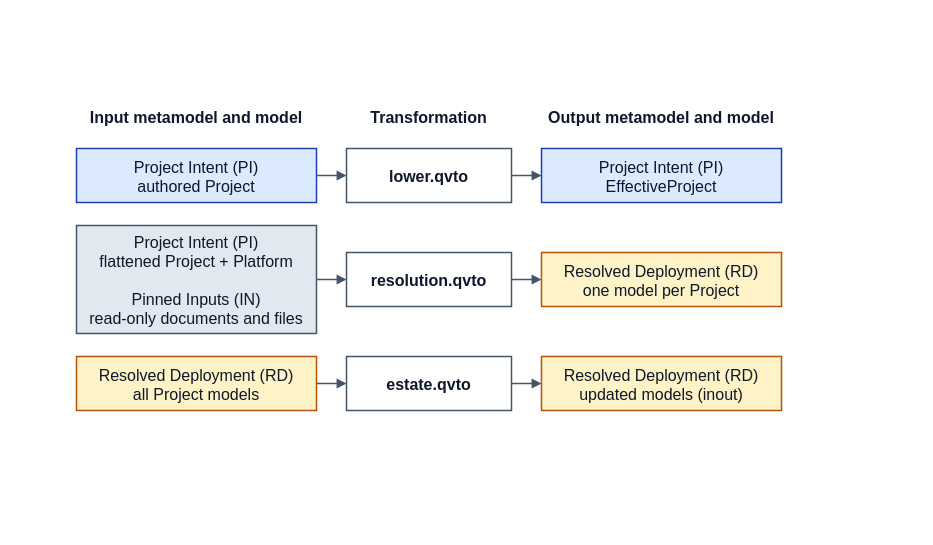
JorisJonkers-dev/deploy-kit keeps this draw.io diagram as docs/mde/task-2-transformations/Figures/pattern.drawio. Above is the earlier version. Source tidied: cells renumbered, new cells numbered last; positions are measured from the earlier drawing's top-left corner, leaving out a move shared by most shapes. Both pictures are drawn from the tidied source at 100%, with x=0, y=0 at pixel (76, 103).
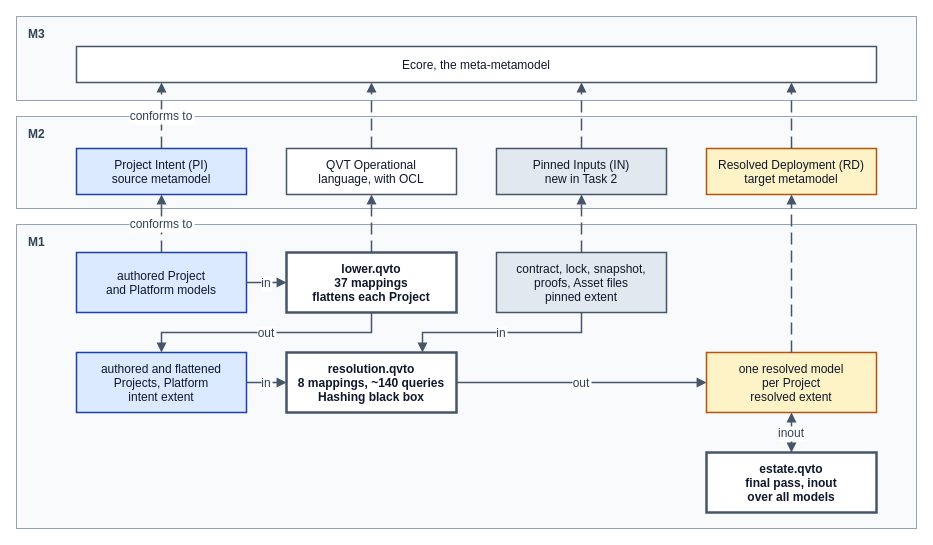
After the change.

The edit, as a diff of the source:
```diff
@@
-    <mxCell id="2" value="Input metamodel and model" style="rounded=0;whiteSpace=nowrap;html=0;align=center;verticalAlign=middle;fillColor=none;strokeColor=none;strokeWidth=1.5;fontFamily=Helvetica;fontSize=16;fontColor=#0f172a;fontStyle=1;" parent="1" vertex="1">
-      <mxGeometry width="240" height="26" as="geometry" />
-    </mxCell>
-    <mxCell id="3" value="Transformation" style="rounded=0;whiteSpace=nowrap;html=0;align=center;verticalAlign=middle;fillColor=none;strokeColor=none;strokeWidth=1.5;fontFamily=Helvetica;fontSize=16;fontColor=#0f172a;fontStyle=1;" parent="1" vertex="1">
-      <mxGeometry x="270" width="165" height="26" as="geometry" />
-    </mxCell>
-    <mxCell id="4" value="Output metamodel and model" style="rounded=0;whiteSpace=nowrap;html=0;align=center;verticalAlign=middle;fillColor=none;strokeColor=none;strokeWidth=1.5;fontFamily=Helvetica;fontSize=16;fontColor=#0f172a;fontStyle=1;" parent="1" vertex="1">
-      <mxGeometry x="465" width="240" height="26" as="geometry" />
-    </mxCell>
+    <mxCell id="20" value="M3" style="rounded=0;whiteSpace=nowrap;html=0;fillColor=#f8fafc;strokeColor=#94a3b8;strokeWidth=1;verticalAlign=top;align=left;spacingLeft=10;spacingTop=4;fontStyle=1;fontSize=12;fontFamily=Helvetica;fontColor=#334155;" parent="1" vertex="1">
+      <mxGeometry x="-60" y="-87" width="900" height="84" as="geometry" />
+    </mxCell>
+    <mxCell id="21" value="M2" style="rounded=0;whiteSpace=nowrap;html=0;fillColor=#f8fafc;strokeColor=#94a3b8;strokeWidth=1;verticalAlign=top;align=left;spacingLeft=10;spacingTop=4;fontStyle=1;fontSize=12;fontFamily=Helvetica;fontColor=#334155;" parent="1" vertex="1">
+      <mxGeometry x="-60" y="13" width="900" height="92" as="geometry" />
+    </mxCell>
+    <mxCell id="22" value="M1" style="rounded=0;whiteSpace=nowrap;html=0;fillColor=#f8fafc;strokeColor=#94a3b8;strokeWidth=1;verticalAlign=top;align=left;spacingLeft=10;spacingTop=4;fontStyle=1;fontSize=12;fontFamily=Helvetica;fontColor=#334155;" parent="1" vertex="1">
+      <mxGeometry x="-60" y="121" width="900" height="304" as="geometry" />
+    </mxCell>
+    <mxCell id="23" value="Ecore, the meta-metamodel" style="rounded=0;whiteSpace=nowrap;html=0;align=center;verticalAlign=middle;fillColor=#ffffff;strokeColor=#475569;strokeWidth=1.5;fontFamily=Helvetica;fontSize=12;fontColor=#0f172a;" parent="1" vertex="1">
+      <mxGeometry y="-57" width="800" height="36" as="geometry" />
+    </mxCell>
-    <mxCell id="5" value="Project Intent (PI)&#10;authored Project" style="rounded=0;whiteSpace=nowrap;html=0;align=center;verticalAlign=middle;fillColor=#dbeafe;strokeColor=#1e40af;strokeWidth=1.5;fontFamily=Helvetica;fontSize=16;fontColor=#0f172a;" parent="1" vertex="1">
-      <mxGeometry y="45" width="240" height="54" as="geometry" />
+    <mxCell id="5" value="Project Intent (PI)&#10;source metamodel" style="rounded=0;whiteSpace=nowrap;html=0;align=center;verticalAlign=middle;fillColor=#dbeafe;strokeColor=#1e40af;strokeWidth=1.5;fontFamily=Helvetica;fontSize=12;fontColor=#0f172a;" parent="1" vertex="1">
+      <mxGeometry y="45" width="170" height="46" as="geometry" />
     </mxCell>
-    <mxCell id="6" value="lower.qvto" style="rounded=0;whiteSpace=nowrap;html=0;align=center;verticalAlign=middle;fillColor=#ffffff;strokeColor=#475569;strokeWidth=1.5;fontFamily=Helvetica;fontSize=16;fontColor=#0f172a;fontStyle=1;" parent="1" vertex="1">
-      <mxGeometry x="270" y="45" width="165" height="54" as="geometry" />
-    </mxCell>
-    <mxCell id="7" value="Project Intent (PI)&#10;EffectiveProject" style="rounded=0;whiteSpace=nowrap;html=0;align=center;verticalAlign=middle;fillColor=#dbeafe;strokeColor=#1e40af;strokeWidth=1.5;fontFamily=Helvetica;fontSize=16;fontColor=#0f172a;" parent="1" vertex="1">
-      <mxGeometry x="465" y="45" width="240" height="54" as="geometry" />
-    </mxCell>
-    <mxCell id="8" style="edgeStyle=orthogonalEdgeStyle;rounded=0;html=0;jettySize=auto;strokeColor=#475569;strokeWidth=1.5;fontSize=16;fontFamily=Helvetica;fontColor=#334155;labelBackgroundColor=#ffffff;exitX=1;exitY=0.5;entryX=0;entryY=0.5;endArrow=block;endFill=1;" parent="1" edge="1" source="5" target="6">
-      <mxGeometry relative="1" as="geometry" />
-    </mxCell>
-    <mxCell id="9" style="edgeStyle=orthogonalEdgeStyle;rounded=0;html=0;jettySize=auto;strokeColor=#475569;strokeWidth=1.5;fontSize=16;fontFamily=Helvetica;fontColor=#334155;labelBackgroundColor=#ffffff;exitX=1;exitY=0.5;entryX=0;entryY=0.5;endArrow=block;endFill=1;" parent="1" edge="1" source="6" target="7">
-      <mxGeometry relative="1" as="geometry" />
-    </mxCell>
-    <mxCell id="10" value="Project Intent (PI)&#10;flattened Project + Platform&#10;&#10;Pinned Inputs (IN)&#10;read-only documents and files" style="rounded=0;whiteSpace=nowrap;html=0;align=center;verticalAlign=middle;fillColor=#e2e8f0;strokeColor=#475569;strokeWidth=1.5;fontFamily=Helvetica;fontSize=16;fontColor=#0f172a;" parent="1" vertex="1">
-      <mxGeometry y="122" width="240" height="108" as="geometry" />
-    </mxCell>
-    <mxCell id="11" value="resolution.qvto" style="rounded=0;whiteSpace=nowrap;html=0;align=center;verticalAlign=middle;fillColor=#ffffff;strokeColor=#475569;strokeWidth=1.5;fontFamily=Helvetica;fontSize=16;fontColor=#0f172a;fontStyle=1;" parent="1" vertex="1">
-      <mxGeometry x="270" y="149" width="165" height="54" as="geometry" />
-    </mxCell>
-    <mxCell id="12" value="Resolved Deployment (RD)&#10;one model per Project" style="rounded=0;whiteSpace=nowrap;html=0;align=center;verticalAlign=middle;fillColor=#fef3c7;strokeColor=#b45309;strokeWidth=1.5;fontFamily=Helvetica;fontSize=16;fontColor=#0f172a;" parent="1" vertex="1">
-      <mxGeometry x="465" y="149" width="240" height="54" as="geometry" />
-    </mxCell>
-    <mxCell id="13" style="edgeStyle=orthogonalEdgeStyle;rounded=0;html=0;jettySize=auto;strokeColor=#475569;strokeWidth=1.5;fontSize=16;fontFamily=Helvetica;fontColor=#334155;labelBackgroundColor=#ffffff;exitX=1;exitY=0.5;entryX=0;entryY=0.5;endArrow=block;endFill=1;" parent="1" edge="1" source="10" target="11">
-      <mxGeometry relative="1" as="geometry" />
-    </mxCell>
-    <mxCell id="14" style="edgeStyle=orthogonalEdgeStyle;rounded=0;html=0;jettySize=auto;strokeColor=#475569;strokeWidth=1.5;fontSize=16;fontFamily=Helvetica;fontColor=#334155;labelBackgroundColor=#ffffff;exitX=1;exitY=0.5;entryX=0;entryY=0.5;endArrow=block;endFill=1;" parent="1" edge="1" source="11" target="12">
-      <mxGeometry relative="1" as="geometry" />
-    </mxCell>
-    <mxCell id="15" value="Resolved Deployment (RD)&#10;all Project models" style="rounded=0;whiteSpace=nowrap;html=0;align=center;verticalAlign=middle;fillColor=#fef3c7;strokeColor=#b45309;strokeWidth=1.5;fontFamily=Helvetica;fontSize=16;fontColor=#0f172a;" parent="1" vertex="1">
-      <mxGeometry y="253" width="240" height="54" as="geometry" />
-    </mxCell>
-    <mxCell id="16" value="estate.qvto" style="rounded=0;whiteSpace=nowrap;html=0;align=center;verticalAlign=middle;fillColor=#ffffff;strokeColor=#475569;strokeWidth=1.5;fontFamily=Helvetica;fontSize=16;fontColor=#0f172a;fontStyle=1;" parent="1" vertex="1">
-      <mxGeometry x="270" y="253" width="165" height="54" as="geometry" />
-    </mxCell>
-    <mxCell id="17" value="Resolved Deployment (RD)&#10;updated models (inout)" style="rounded=0;whiteSpace=nowrap;html=0;align=center;verticalAlign=middle;fillColor=#fef3c7;strokeColor=#b45309;strokeWidth=1.5;fontFamily=Helvetica;fontSize=16;fontColor=#0f172a;" parent="1" vertex="1">
-      <mxGeometry x="465" y="253" width="240" height="54" as="geometry" />
-    </mxCell>
-    <mxCell id="18" style="edgeStyle=orthogonalEdgeStyle;rounded=0;html=0;jettySize=auto;strokeColor=#475569;strokeWidth=1.5;fontSize=16;fontFamily=Helvetica;fontColor=#334155;labelBackgroundColor=#ffffff;exitX=1;exitY=0.5;entryX=0;entryY=0.5;endArrow=block;endFill=1;" parent="1" edge="1" source="15" target="16">
-      <mxGeometry relative="1" as="geometry" />
-    </mxCell>
-    <mxCell id="19" style="edgeStyle=orthogonalEdgeStyle;rounded=0;html=0;jettySize=auto;strokeColor=#475569;strokeWidth=1.5;fontSize=16;fontFamily=Helvetica;fontColor=#334155;labelBackgroundColor=#ffffff;exitX=1;exitY=0.5;entryX=0;entryY=0.5;endArrow=block;endFill=1;" parent="1" edge="1" source="16" target="17">
-      <mxGeometry relative="1" as="geometry" />
-    </mxCell>
+    <mxCell id="24" value="QVT Operational&#10;language, with OCL" style="rounded=0;whiteSpace=nowrap;html=0;align=center;verticalAlign=middle;fillColor=#ffffff;strokeColor=#475569;strokeWidth=1.5;fontFamily=Helvetica;fontSize=12;fontColor=#0f172a;" parent="1" vertex="1">
+      <mxGeometry x="210" y="45" width="170" height="46" as="geometry" />
+    </mxCell>
+    <mxCell id="25" value="Pinned Inputs (IN)&#10;new in Task 2" style="rounded=0;whiteSpace=nowrap;html=0;align=center;verticalAlign=middle;fillColor=#e2e8f0;strokeColor=#475569;strokeWidth=1.5;fontFamily=Helvetica;fontSize=12;fontColor=#0f172a;" parent="1" vertex="1">
+      <mxGeometry x="420" y="45" width="170" height="46" as="geometry" />
+    </mxCell>
+    <mxCell id="26" value="Resolved Deployment (RD)&#10;target metamodel" style="rounded=0;whiteSpace=nowrap;html=0;align=center;verticalAlign=middle;fillColor=#fef3c7;strokeColor=#b45309;strokeWidth=1.5;fontFamily=Helvetica;fontSize=12;fontColor=#0f172a;" parent="1" vertex="1">
+      <mxGeometry x="630" y="45" width="170" height="46" as="geometry" />
+    </mxCell>
+    <mxCell id="27" value="authored Project&#10;and Platform models" style="rounded=0;whiteSpace=nowrap;html=0;align=center;verticalAlign=middle;fillColor=#dbeafe;strokeColor=#1e40af;strokeWidth=1.5;fontFamily=Helvetica;fontSize=12;fontColor=#0f172a;" parent="1" vertex="1">
+      <mxGeometry y="149" width="170" height="60" as="geometry" />
+    </mxCell>
+    <mxCell id="28" value="lower.qvto&#10;37 mappings&#10;flattens each Project" style="rounded=0;whiteSpace=nowrap;html=0;align=center;verticalAlign=middle;fillColor=#ffffff;strokeColor=#475569;strokeWidth=1.5;fontFamily=Helvetica;fontSize=12;fontColor=#0f172a;fontStyle=1;strokeWidth=2.5;" parent="1" vertex="1">
+      <mxGeometry x="210" y="149" width="170" height="60" as="geometry" />
+    </mxCell>
+    <mxCell id="29" value="contract, lock, snapshot,&#10;proofs, Asset files&#10;pinned extent" style="rounded=0;whiteSpace=nowrap;html=0;align=center;verticalAlign=middle;fillColor=#e2e8f0;strokeColor=#475569;strokeWidth=1.5;fontFamily=Helvetica;fontSize=12;fontColor=#0f172a;" parent="1" vertex="1">
+      <mxGeometry x="420" y="149" width="170" height="60" as="geometry" />
+    </mxCell>
+    <mxCell id="30" value="authored and flattened&#10;Projects, Platform&#10;intent extent" style="rounded=0;whiteSpace=nowrap;html=0;align=center;verticalAlign=middle;fillColor=#dbeafe;strokeColor=#1e40af;strokeWidth=1.5;fontFamily=Helvetica;fontSize=12;fontColor=#0f172a;" parent="1" vertex="1">
+      <mxGeometry y="249" width="170" height="60" as="geometry" />
+    </mxCell>
+    <mxCell id="31" value="resolution.qvto&#10;8 mappings, ~140 queries&#10;Hashing black box" style="rounded=0;whiteSpace=nowrap;html=0;align=center;verticalAlign=middle;fillColor=#ffffff;strokeColor=#475569;strokeWidth=1.5;fontFamily=Helvetica;fontSize=12;fontColor=#0f172a;fontStyle=1;strokeWidth=2.5;" parent="1" vertex="1">
+      <mxGeometry x="210" y="249" width="170" height="60" as="geometry" />
+    </mxCell>
+    <mxCell id="32" value="one resolved model&#10;per Project&#10;resolved extent" style="rounded=0;whiteSpace=nowrap;html=0;align=center;verticalAlign=middle;fillColor=#fef3c7;strokeColor=#b45309;strokeWidth=1.5;fontFamily=Helvetica;fontSize=12;fontColor=#0f172a;" parent="1" vertex="1">
+      <mxGeometry x="630" y="249" width="170" height="60" as="geometry" />
+    </mxCell>
+    <mxCell id="33" value="estate.qvto&#10;final pass, inout&#10;over all models" style="rounded=0;whiteSpace=nowrap;html=0;align=center;verticalAlign=middle;fillColor=#ffffff;strokeColor=#475569;strokeWidth=1.5;fontFamily=Helvetica;fontSize=12;fontColor=#0f172a;fontStyle=1;strokeWidth=2.5;" parent="1" vertex="1">
+      <mxGeometry x="630" y="349" width="170" height="60" as="geometry" />
+    </mxCell>
+    <mxCell id="34" value="conforms to" style="edgeStyle=orthogonalEdgeStyle;rounded=0;html=0;jettySize=auto;endArrow=block;endFill=1;strokeColor=#475569;strokeWidth=1.5;fontSize=12;fontFamily=Helvetica;fontColor=#334155;labelBackgroundColor=#ffffff;dashed=1;dashPattern=8 4;exitX=0.5;exitY=0;exitDx=0;exitDy=0;entryX=0.10625;entryY=1;entryDx=0;entryDy=0;" parent="1" edge="1" source="5" target="23">
+      <mxGeometry relative="1" as="geometry" />
+    </mxCell>
+    <mxCell id="35" style="edgeStyle=orthogonalEdgeStyle;rounded=0;html=0;jettySize=auto;endArrow=block;endFill=1;strokeColor=#475569;strokeWidth=1.5;fontSize=12;fontFamily=Helvetica;fontColor=#334155;labelBackgroundColor=#ffffff;dashed=1;dashPattern=8 4;exitX=0.5;exitY=0;exitDx=0;exitDy=0;entryX=0.36875;entryY=1;entryDx=0;entryDy=0;" parent="1" edge="1" source="24" target="23">
+      <mxGeometry relative="1" as="geometry" />
+    </mxCell>
+    <mxCell id="36" style="edgeStyle=orthogonalEdgeStyle;rounded=0;html=0;jettySize=auto;endArrow=block;endFill=1;strokeColor=#475569;strokeWidth=1.5;fontSize=12;fontFamily=Helvetica;fontColor=#334155;labelBackgroundColor=#ffffff;dashed=1;dashPattern=8 4;exitX=0.5;exitY=0;exitDx=0;exitDy=0;entryX=0.63125;entryY=1;entryDx=0;entryDy=0;" parent="1" edge="1" source="25" target="23">
+      <mxGeometry relative="1" as="geometry" />
+    </mxCell>
+    <mxCell id="37" style="edgeStyle=orthogonalEdgeStyle;rounded=0;html=0;jettySize=auto;endArrow=block;endFill=1;strokeColor=#475569;strokeWidth=1.5;fontSize=12;fontFamily=Helvetica;fontColor=#334155;labelBackgroundColor=#ffffff;dashed=1;dashPattern=8 4;exitX=0.5;exitY=0;exitDx=0;exitDy=0;entryX=0.89375;entryY=1;entryDx=0;entryDy=0;" parent="1" edge="1" source="26" target="23">
+      <mxGeometry relative="1" as="geometry" />
+    </mxCell>
+    <mxCell id="38" value="conforms to" style="edgeStyle=orthogonalEdgeStyle;rounded=0;html=0;jettySize=auto;endArrow=block;endFill=1;strokeColor=#475569;strokeWidth=1.5;fontSize=12;fontFamily=Helvetica;fontColor=#334155;labelBackgroundColor=#ffffff;dashed=1;dashPattern=8 4;exitX=0.5;exitY=0;exitDx=0;exitDy=0;entryX=0.5;entryY=1;entryDx=0;entryDy=0;" parent="1" edge="1" source="27" target="5">
+      <mxGeometry relative="1" as="geometry" />
+    </mxCell>
+    <mxCell id="39" style="edgeStyle=orthogonalEdgeStyle;rounded=0;html=0;jettySize=auto;endArrow=block;endFill=1;strokeColor=#475569;strokeWidth=1.5;fontSize=12;fontFamily=Helvetica;fontColor=#334155;labelBackgroundColor=#ffffff;dashed=1;dashPattern=8 4;exitX=0.5;exitY=0;exitDx=0;exitDy=0;entryX=0.5;entryY=1;entryDx=0;entryDy=0;" parent="1" edge="1" source="28" target="24">
+      <mxGeometry relative="1" as="geometry" />
+    </mxCell>
+    <mxCell id="40" style="edgeStyle=orthogonalEdgeStyle;rounded=0;html=0;jettySize=auto;endArrow=block;endFill=1;strokeColor=#475569;strokeWidth=1.5;fontSize=12;fontFamily=Helvetica;fontColor=#334155;labelBackgroundColor=#ffffff;dashed=1;dashPattern=8 4;exitX=0.5;exitY=0;exitDx=0;exitDy=0;entryX=0.5;entryY=1;entryDx=0;entryDy=0;" parent="1" edge="1" source="29" target="25">
+      <mxGeometry relative="1" as="geometry" />
+    </mxCell>
+    <mxCell id="41" style="edgeStyle=orthogonalEdgeStyle;rounded=0;html=0;jettySize=auto;endArrow=block;endFill=1;strokeColor=#475569;strokeWidth=1.5;fontSize=12;fontFamily=Helvetica;fontColor=#334155;labelBackgroundColor=#ffffff;dashed=1;dashPattern=8 4;exitX=0.5;exitY=0;exitDx=0;exitDy=0;entryX=0.5;entryY=1;entryDx=0;entryDy=0;" parent="1" edge="1" source="32" target="26">
+      <mxGeometry relative="1" as="geometry" />
+    </mxCell>
+    <mxCell id="42" value="in" style="edgeStyle=orthogonalEdgeStyle;rounded=0;html=0;jettySize=auto;endArrow=block;endFill=1;strokeColor=#475569;strokeWidth=1.5;fontSize=12;fontFamily=Helvetica;fontColor=#334155;labelBackgroundColor=#ffffff;exitX=1;exitY=0.5;exitDx=0;exitDy=0;entryX=0;entryY=0.5;entryDx=0;entryDy=0;" parent="1" edge="1" source="27" target="28">
+      <mxGeometry relative="1" as="geometry" />
+    </mxCell>
+    <mxCell id="43" value="out" style="edgeStyle=orthogonalEdgeStyle;rounded=0;html=0;jettySize=auto;endArrow=block;endFill=1;strokeColor=#475569;strokeWidth=1.5;fontSize=12;fontFamily=Helvetica;fontColor=#334155;labelBackgroundColor=#ffffff;exitX=0.5;exitY=1;exitDx=0;exitDy=0;entryX=0.5;entryY=0;entryDx=0;entryDy=0;" parent="1" edge="1" source="28" target="30">
+      <mxGeometry relative="1" as="geometry">
+        <Array as="points">
+          <mxPoint x="295" y="229" />
+          <mxPoint x="85" y="229" />
+        </Array>
+      </mxGeometry>
+    </mxCell>
+    <mxCell id="44" value="in" style="edgeStyle=orthogonalEdgeStyle;rounded=0;html=0;jettySize=auto;endArrow=block;endFill=1;strokeColor=#475569;strokeWidth=1.5;fontSize=12;fontFamily=Helvetica;fontColor=#334155;labelBackgroundColor=#ffffff;exitX=1;exitY=0.5;exitDx=0;exitDy=0;entryX=0;entryY=0.5;entryDx=0;entryDy=0;" parent="1" edge="1" source="30" target="31">
+      <mxGeometry relative="1" as="geometry" />
+    </mxCell>
+    <mxCell id="45" value="in" style="edgeStyle=orthogonalEdgeStyle;rounded=0;html=0;jettySize=auto;endArrow=block;endFill=1;strokeColor=#475569;strokeWidth=1.5;fontSize=12;fontFamily=Helvetica;fontColor=#334155;labelBackgroundColor=#ffffff;exitX=0.5;exitY=1;exitDx=0;exitDy=0;entryX=0.8;entryY=0;entryDx=0;entryDy=0;" parent="1" edge="1" source="29" target="31">
+      <mxGeometry relative="1" as="geometry">
+        <Array as="points">
+          <mxPoint x="505" y="229" />
+          <mxPoint x="346" y="229" />
+        </Array>
+      </mxGeometry>
+    </mxCell>
+    <mxCell id="46" value="out" style="edgeStyle=orthogonalEdgeStyle;rounded=0;html=0;jettySize=auto;endArrow=block;endFill=1;strokeColor=#475569;strokeWidth=1.5;fontSize=12;fontFamily=Helvetica;fontColor=#334155;labelBackgroundColor=#ffffff;exitX=1;exitY=0.5;exitDx=0;exitDy=0;entryX=0;entryY=0.5;entryDx=0;entryDy=0;" parent="1" edge="1" source="31" target="32">
+      <mxGeometry relative="1" as="geometry" />
+    </mxCell>
+    <mxCell id="47" value="inout" style="edgeStyle=orthogonalEdgeStyle;rounded=0;html=0;jettySize=auto;endArrow=block;endFill=1;strokeColor=#475569;strokeWidth=1.5;fontSize=12;fontFamily=Helvetica;fontColor=#334155;labelBackgroundColor=#ffffff;startArrow=block;startFill=1;exitX=0.5;exitY=1;exitDx=0;exitDy=0;entryX=0.5;entryY=0;entryDx=0;entryDy=0;" parent="1" edge="1" source="32" target="33">
+      <mxGeometry relative="1" as="geometry" />
+    </mxCell>
```
